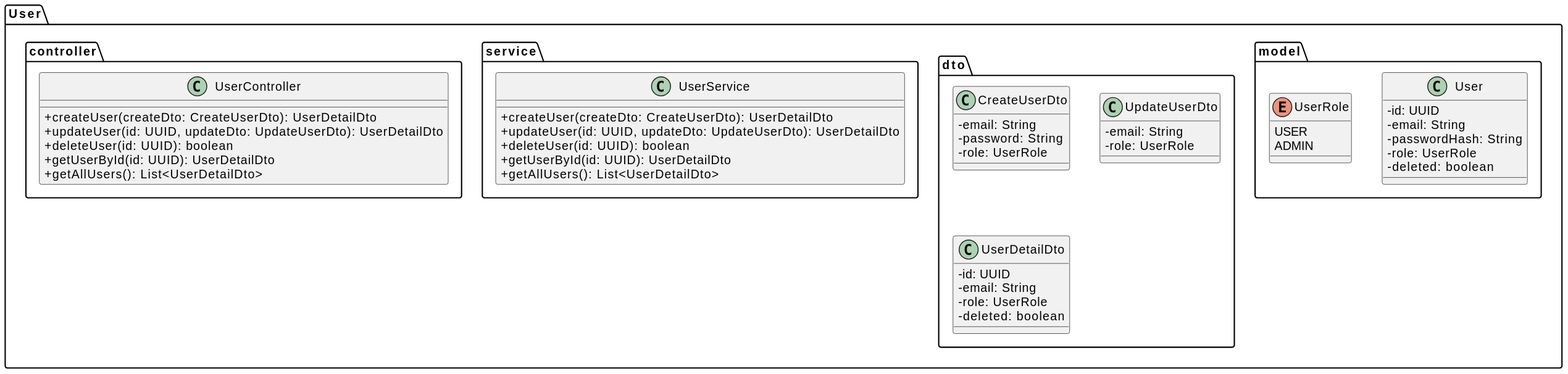
The PlantUML diagram docs/diagram-img/class-user.svg in tondracek/inqool-tennis, before a commit. The source it was exported from:
```plantuml
@startuml
skinparam classAttributeIconSize 0

package "User" {
	package "model" {
	  class User {
	    - id: UUID
	    - email: String
	    - passwordHash: String
	    - role: UserRole
	    - deleted: boolean
	  }

	  enum UserRole {
	    USER
	    ADMIN
	  }
	}

	package "dto" {
		class CreateUserDto {
	    - email: String
	    - password: String
	    - role: UserRole
	  }

	  class UpdateUserDto {
	    - email: String
	    - role: UserRole
	  }

	  class UserDetailDto {
	    - id: UUID
	    - email: String
	    - role: UserRole
	    - deleted: boolean
	  }
	}

	package "service" {
		class UserService {
			+ createUser(createDto: CreateUserDto): UserDetailDto
			+ updateUser(id: UUID, updateDto: UpdateUserDto): UserDetailDto
			+ deleteUser(id: UUID): boolean
			+ getUserById(id: UUID): UserDetailDto
			+ getAllUsers(): List<UserDetailDto>
		}
	}

	package "controller" {
		class UserController {
			+ createUser(createDto: CreateUserDto): UserDetailDto
			+ updateUser(id: UUID, updateDto: UpdateUserDto): UserDetailDto
			+ deleteUser(id: UUID): boolean
			+ getUserById(id: UUID): UserDetailDto
			+ getAllUsers(): List<UserDetailDto>
		}
	}
}
@enduml
```
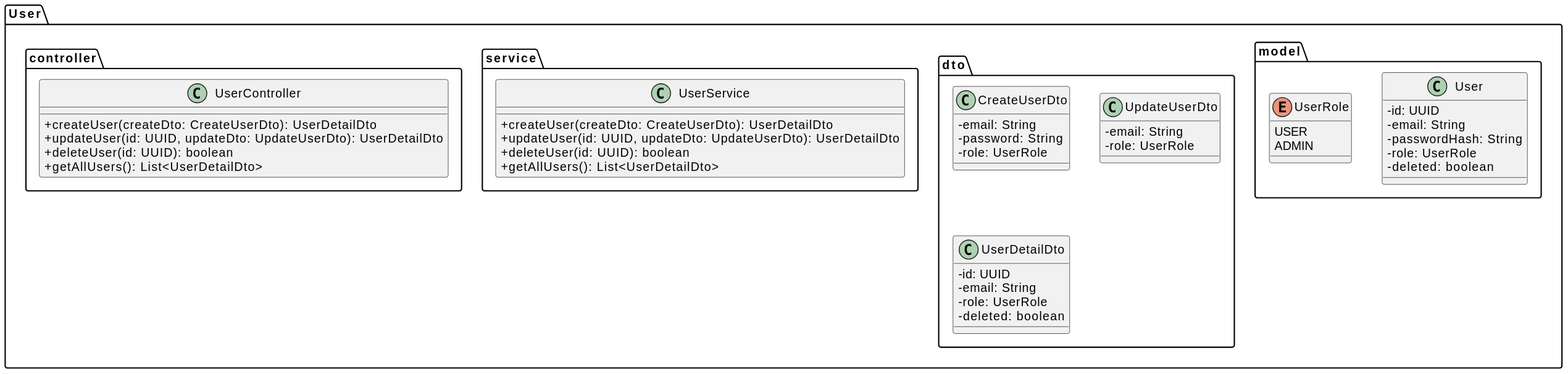
The same file after the commit.

What changed in the source:
```diff
@@ -42,7 +42,6 @@
 			+ createUser(createDto: CreateUserDto): UserDetailDto
 			+ updateUser(id: UUID, updateDto: UpdateUserDto): UserDetailDto
 			+ deleteUser(id: UUID): boolean
-			+ getUserById(id: UUID): UserDetailDto
 			+ getAllUsers(): List<UserDetailDto>
 		}
 	}
@@ -52,7 +51,6 @@
 			+ createUser(createDto: CreateUserDto): UserDetailDto
 			+ updateUser(id: UUID, updateDto: UpdateUserDto): UserDetailDto
 			+ deleteUser(id: UUID): boolean
-			+ getUserById(id: UUID): UserDetailDto
 			+ getAllUsers(): List<UserDetailDto>
 		}
 	}
```
